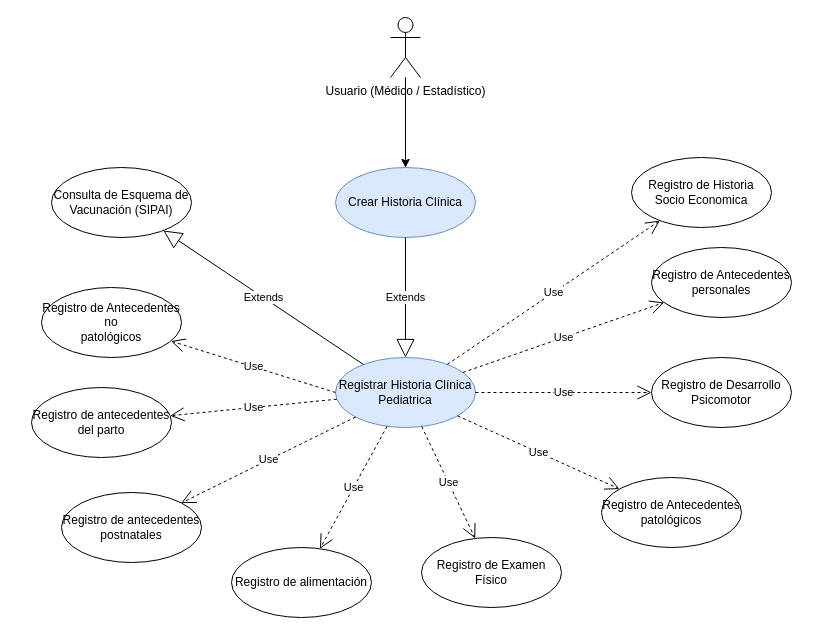
This is page "CDU HCPediatrica" (1 of 8) of Casos de uso SNH.drawio from marguello86/Equipo1_MINSA, a draw.io file, before an edit. Source tidied: cells renumbered, new cells numbered last; positions are measured from the earlier drawing's top-left corner, leaving out a move shared by most shapes. Both pictures are drawn from the tidied source at 100%, with x=0, y=0 at pixel (31, 17).
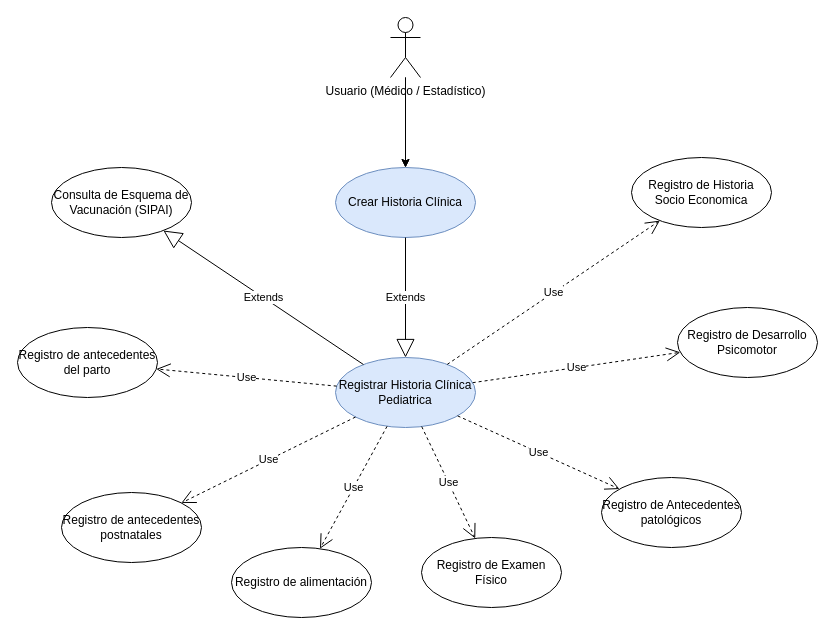
Above is the later version.

Unchanged cells that the change refers to:
```xml
<mxCell id="3" value="Registrar Historia Clínica Pediatrica" style="ellipse;whiteSpace=wrap;html=1;fillColor=#dae8fc;strokeColor=#6c8ebf;" parent="1" vertex="1">
  <mxGeometry x="304" y="340" width="140" height="70" as="geometry" />
</mxCell>
```

Diff of the diagram source:
```diff
@@
     <mxCell id="5" value="Registro de antecedentes del parto" style="ellipse;whiteSpace=wrap;html=1;" parent="1" vertex="1">
-      <mxGeometry y="370" width="140" height="70" as="geometry" />
+      <mxGeometry x="-14" y="310" width="140" height="70" as="geometry" />
     </mxCell>
@@
     <mxCell id="8" value="Registro de Desarrollo Psicomotor" style="ellipse;whiteSpace=wrap;html=1;" parent="1" vertex="1">
-      <mxGeometry x="620" y="340" width="140" height="70" as="geometry" />
+      <mxGeometry x="646" y="290" width="140" height="70" as="geometry" />
     </mxCell>
@@
-    <mxCell id="10" value="Registro de Antecedentes no &lt;br&gt;patológicos" style="ellipse;whiteSpace=wrap;html=1;" parent="1" vertex="1">
-      <mxGeometry x="10" y="270" width="140" height="70" as="geometry" />
-    </mxCell>
@@
-    <mxCell id="12" value="Registro de Antecedentes personales" style="ellipse;whiteSpace=wrap;html=1;" parent="1" vertex="1">
-      <mxGeometry x="620" y="230" width="140" height="70" as="geometry" />
-    </mxCell>
@@
-    <mxCell id="15" value="Use" style="endArrow=open;endSize=12;dashed=1;html=1;rounded=0;exitX=0;exitY=0.5;exitDx=0;exitDy=0;" parent="1" edge="1" source="3" target="10">
-      <mxGeometry relative="1" as="geometry" />
-    </mxCell>
@@
-    <mxCell id="19" value="Use" style="endArrow=open;endSize=12;dashed=1;html=1;rounded=0;" parent="1" edge="1" source="3" target="12">
-      <mxGeometry relative="1" as="geometry" />
-    </mxCell>
```
